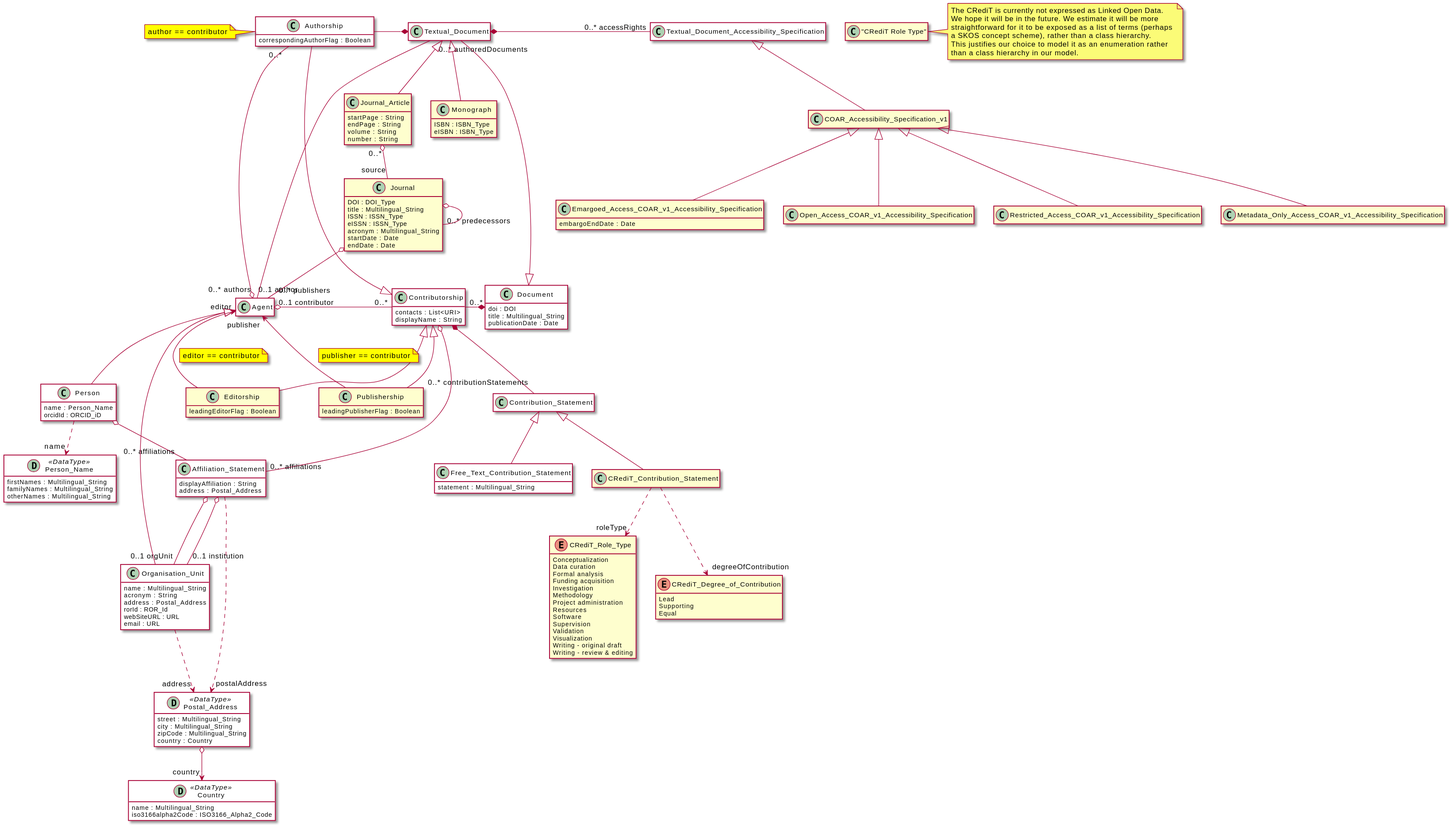
This is diagrams/module.svg from EuroCRIS/CERIF-ScholarlyPublicationsModule, a PlantUML export, as it was before one commit.
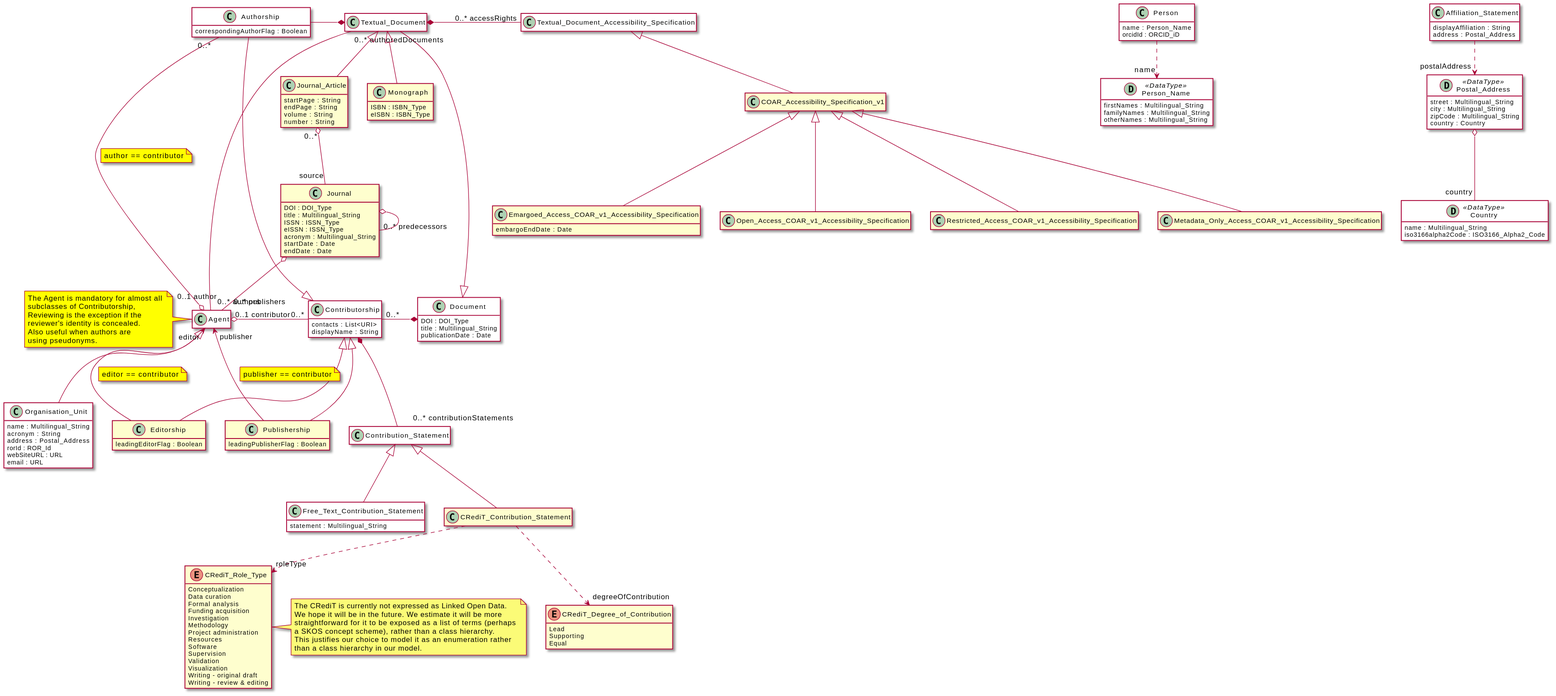
Above is the later version.

Diff of the diagram source:
```diff
@@ -111,5 +111,5 @@
     "CRediT_Contribution_Statement" ..> "degreeOfContribution" "CRediT_Degree_of_Contribution"
     !endsub
 
-    note right of "CRediT Role Type": The CRediT is currently not expressed as Linked Open Data. \nWe hope it will be in the future. We estimate it will be more \nstraightforward for it to be exposed as a list of terms (perhaps \na SKOS concept scheme), rather than a class hierarchy. \nThis justifies our choice to model it as an enumeration rather \nthan a class hierarchy in our model.
+    note right of CRediT_Role_Type: The CRediT is currently not expressed as Linked Open Data. \nWe hope it will be in the future. We estimate it will be more \nstraightforward for it to be exposed as a list of terms (perhaps \na SKOS concept scheme), rather than a class hierarchy. \nThis justifies our choice to model it as an enumeration rather \nthan a class hierarchy in our model.
 @enduml
```
